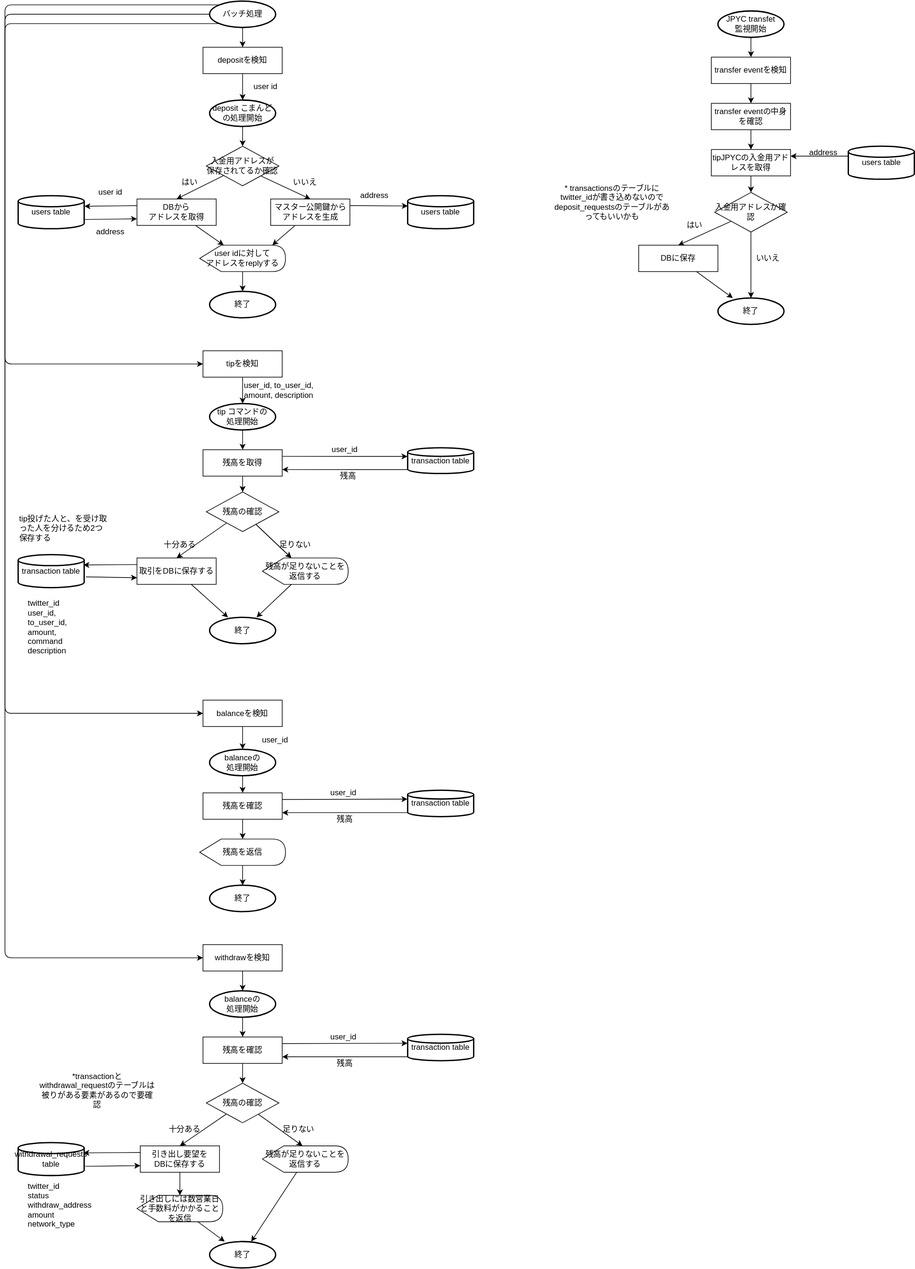
Before: document/flow_chart.drawio.svg, a diagram exported from draw.io (fujiwaraizuho/tipjpyc). Source tidied: cells renumbered, new cells last; positions are measured from the earlier drawing's top-left corner, leaving out a move shared by most shapes.
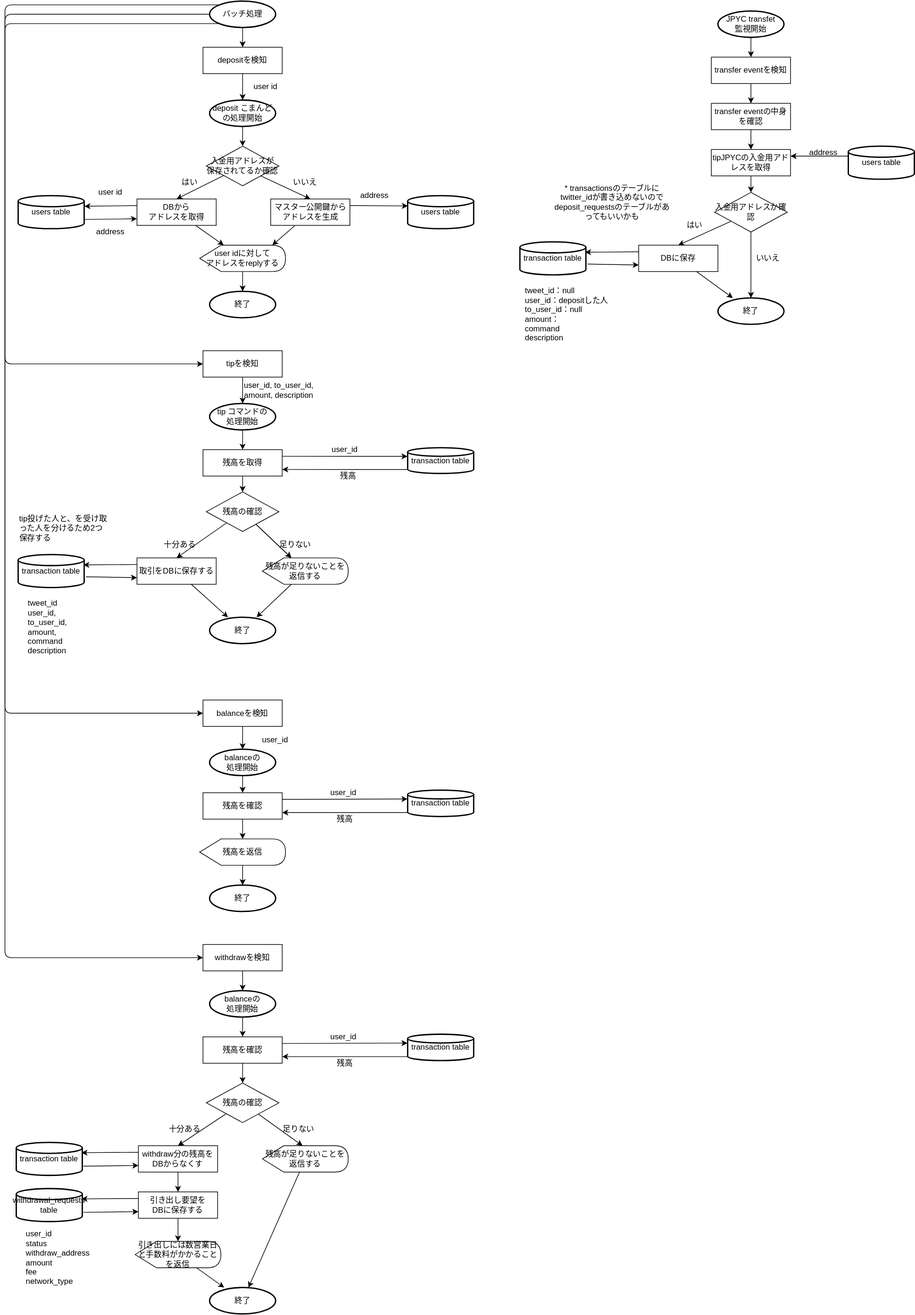
The same diagram one commit later.

Commit message:
fix flow chart

Change to the diagram source:
```diff
@@ -98,7 +98,7 @@
     <mxCell id="33" value="transaction table" style="strokeWidth=2;html=1;shape=mxgraph.flowchart.database;whiteSpace=wrap;" parent="1" vertex="1">
       <mxGeometry x="20" y="839" width="100" height="50" as="geometry" />
     </mxCell>
-    <mxCell id="34" value="twitter_id&lt;br&gt;user_id,&lt;br&gt;to_user_id,&lt;br&gt;amount,&lt;br&gt;command&lt;br&gt;description" style="text;html=1;strokeColor=none;fillColor=none;align=left;verticalAlign=middle;whiteSpace=wrap;rounded=0;" parent="1" vertex="1">
+    <mxCell id="34" value="tweet_id&lt;br&gt;user_id,&lt;br&gt;to_user_id,&lt;br&gt;amount,&lt;br&gt;command&lt;br&gt;description" style="text;html=1;strokeColor=none;fillColor=none;align=left;verticalAlign=middle;whiteSpace=wrap;rounded=0;" parent="1" vertex="1">
       <mxGeometry x="32.5" y="904" width="75" height="90" as="geometry" />
     </mxCell>
     <mxCell id="35" value="終了" style="strokeWidth=2;html=1;shape=mxgraph.flowchart.start_1;whiteSpace=wrap;" parent="1" vertex="1">
@@ -266,7 +266,7 @@
     <mxCell id="86" value="user_id" style="text;html=1;strokeColor=none;fillColor=none;align=center;verticalAlign=middle;whiteSpace=wrap;rounded=0;" parent="1" vertex="1">
       <mxGeometry x="482.5" y="1560" width="60" height="20" as="geometry" />
     </mxCell>
-    <mxCell id="87" style="edgeStyle=none;html=1;entryX=0.5;entryY=0;entryDx=0;entryDy=0;" parent="1" edge="1" source="89" target="97">
+    <mxCell id="87" style="edgeStyle=none;html=1;entryX=0.5;entryY=0;entryDx=0;entryDy=0;" parent="1" edge="1" source="89" target="128">
       <mxGeometry relative="1" as="geometry" />
     </mxCell>
     <mxCell id="88" style="edgeStyle=none;html=1;entryX=0.467;entryY=0;entryDx=0;entryDy=0;entryPerimeter=0;" parent="1" edge="1" source="89" target="99">
@@ -288,16 +288,16 @@
       <mxGeometry relative="1" as="geometry" />
     </mxCell>
     <mxCell id="94" value="withdrawal_requests&lt;br&gt;&amp;nbsp;table" style="strokeWidth=2;html=1;shape=mxgraph.flowchart.database;whiteSpace=wrap;" parent="1" vertex="1">
-      <mxGeometry x="20" y="1730" width="100" height="50" as="geometry" />
+      <mxGeometry x="17.1" y="1800" width="100" height="50" as="geometry" />
     </mxCell>
-    <mxCell id="95" value="twitter_id&lt;br&gt;status&lt;br&gt;withdraw_address&lt;br&gt;amount&lt;br&gt;network_type" style="text;html=1;strokeColor=none;fillColor=none;align=left;verticalAlign=middle;whiteSpace=wrap;rounded=0;" parent="1" vertex="1">
-      <mxGeometry x="32.5" y="1780" width="75" height="90" as="geometry" />
+    <mxCell id="95" value="user_id&lt;br&gt;status&lt;br&gt;withdraw_address&lt;br&gt;amount&lt;br&gt;fee&lt;br&gt;network_type" style="text;html=1;strokeColor=none;fillColor=none;align=left;verticalAlign=middle;whiteSpace=wrap;rounded=0;" parent="1" vertex="1">
+      <mxGeometry x="29.6" y="1860" width="75" height="90" as="geometry" />
     </mxCell>
     <mxCell id="96" style="edgeStyle=none;html=1;" parent="1" edge="1" source="97" target="103">
       <mxGeometry relative="1" as="geometry" />
     </mxCell>
     <mxCell id="97" value="引き出し要望を&lt;br&gt;DBに保存する" style="rounded=0;whiteSpace=wrap;html=1;" parent="1" vertex="1">
-      <mxGeometry x="205" y="1735" width="120" height="40" as="geometry" />
+      <mxGeometry x="202.1" y="1805" width="120" height="40" as="geometry" />
     </mxCell>
     <mxCell id="98" style="edgeStyle=none;html=1;" parent="1" edge="1" source="99" target="101">
       <mxGeometry relative="1" as="geometry" />
@@ -305,17 +305,14 @@
     <mxCell id="99" value="残高が足りないことを&lt;br&gt;返信する" style="shape=display;whiteSpace=wrap;html=1;" parent="1" vertex="1">
       <mxGeometry x="390" y="1735" width="130" height="40" as="geometry" />
     </mxCell>
-    <mxCell id="100" value="*transactionとwithdrawal_requestのテーブルは被りがある要素があるので要確認" style="text;html=1;strokeColor=none;fillColor=none;align=center;verticalAlign=middle;whiteSpace=wrap;rounded=0;" parent="1" vertex="1">
-      <mxGeometry x="50" y="1606" width="180" height="90" as="geometry" />
-    </mxCell>
     <mxCell id="101" value="終了" style="strokeWidth=2;html=1;shape=mxgraph.flowchart.start_1;whiteSpace=wrap;" parent="1" vertex="1">
-      <mxGeometry x="310" y="1880" width="100" height="40" as="geometry" />
+      <mxGeometry x="310" y="1950" width="100" height="40" as="geometry" />
     </mxCell>
     <mxCell id="102" style="edgeStyle=none;html=1;" parent="1" edge="1" source="103" target="101">
       <mxGeometry relative="1" as="geometry" />
     </mxCell>
     <mxCell id="103" value="引き出しには数営業日と手数料がかかることを返信" style="shape=display;whiteSpace=wrap;html=1;" parent="1" vertex="1">
-      <mxGeometry x="200" y="1810" width="130" height="40" as="geometry" />
+      <mxGeometry x="197.1" y="1880" width="130" height="40" as="geometry" />
     </mxCell>
     <mxCell id="104" style="edgeStyle=elbowEdgeStyle;elbow=horizontal;endArrow=classic;html=1;entryX=0;entryY=0.5;entryDx=0;entryDy=0;exitX=0.145;exitY=0.145;exitDx=0;exitDy=0;exitPerimeter=0;" parent="1" edge="1" source="40" target="77">
       <mxGeometry relative="1" as="geometry">
@@ -380,5 +377,40 @@
     <mxCell id="122" value="* transactionsのテーブルにtwitter_idが書き込めないのでdeposit_requestsのテーブルがあってもいいかも" style="text;html=1;strokeColor=none;fillColor=none;align=center;verticalAlign=middle;whiteSpace=wrap;rounded=0;" parent="1" vertex="1">
       <mxGeometry x="830" y="260" width="180" height="90" as="geometry" />
     </mxCell>
+    <mxCell id="123" style="edgeStyle=none;html=1;exitX=0;exitY=0.25;exitDx=0;exitDy=0;entryX=0.987;entryY=0.313;entryDx=0;entryDy=0;entryPerimeter=0;" parent="1" edge="1" target="125">
+      <mxGeometry relative="1" as="geometry">
+        <mxPoint x="960" y="380" as="sourcePoint" />
+      </mxGeometry>
+    </mxCell>
+    <mxCell id="124" style="edgeStyle=none;html=1;exitX=1.027;exitY=0.673;exitDx=0;exitDy=0;exitPerimeter=0;entryX=0;entryY=0.75;entryDx=0;entryDy=0;" parent="1" edge="1" source="125">
+      <mxGeometry relative="1" as="geometry">
+        <mxPoint x="960" y="400" as="targetPoint" />
+      </mxGeometry>
+    </mxCell>
+    <mxCell id="125" value="transaction table" style="strokeWidth=2;html=1;shape=mxgraph.flowchart.database;whiteSpace=wrap;" parent="1" vertex="1">
+      <mxGeometry x="780" y="365" width="100" height="50" as="geometry" />
+    </mxCell>
+    <mxCell id="126" value="tweet_id：null&lt;br&gt;user_id：depositした人&lt;br&gt;to_user_id：null&lt;br&gt;amount：&lt;br&gt;command&lt;br&gt;description" style="text;html=1;strokeColor=none;fillColor=none;align=left;verticalAlign=middle;whiteSpace=wrap;rounded=0;" parent="1" vertex="1">
+      <mxGeometry x="786" y="430" width="164" height="90" as="geometry" />
+    </mxCell>
+    <mxCell id="127" style="edgeStyle=none;html=1;" parent="1" edge="1" source="128" target="97">
+      <mxGeometry relative="1" as="geometry" />
+    </mxCell>
+    <mxCell id="128" value="withdraw分の残高を&lt;br&gt;DBからなくす" style="rounded=0;whiteSpace=wrap;html=1;" parent="1" vertex="1">
+      <mxGeometry x="202.1" y="1735" width="120" height="40" as="geometry" />
+    </mxCell>
+    <mxCell id="129" style="edgeStyle=none;html=1;exitX=0;exitY=0.25;exitDx=0;exitDy=0;entryX=0.987;entryY=0.313;entryDx=0;entryDy=0;entryPerimeter=0;" parent="1" edge="1" target="131">
+      <mxGeometry relative="1" as="geometry">
+        <mxPoint x="202.1" y="1745" as="sourcePoint" />
+      </mxGeometry>
+    </mxCell>
+    <mxCell id="130" style="edgeStyle=none;html=1;exitX=1.017;exitY=0.72;exitDx=0;exitDy=0;exitPerimeter=0;entryX=0;entryY=0.75;entryDx=0;entryDy=0;" parent="1" edge="1" source="131">
+      <mxGeometry relative="1" as="geometry">
+        <mxPoint x="202.1" y="1765" as="targetPoint" />
+      </mxGeometry>
+    </mxCell>
+    <mxCell id="131" value="transaction&amp;nbsp;table" style="strokeWidth=2;html=1;shape=mxgraph.flowchart.database;whiteSpace=wrap;" parent="1" vertex="1">
+      <mxGeometry x="17.1" y="1730" width="100" height="50" as="geometry" />
+    </mxCell>
   </root>
 </mxGraphModel>
```
